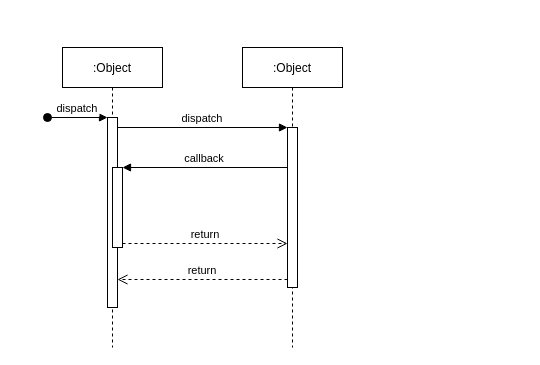
This is Untitled Diagram.drawio from jonhaul/uml-projects, a draw.io file, before an edit. Source tidied: cells renumbered, new cells numbered last; positions are measured from the earlier drawing's top-left corner, leaving out a move shared by most shapes. Both pictures are drawn from the tidied source at 100%, with x=0, y=0 at pixel (47, 47).
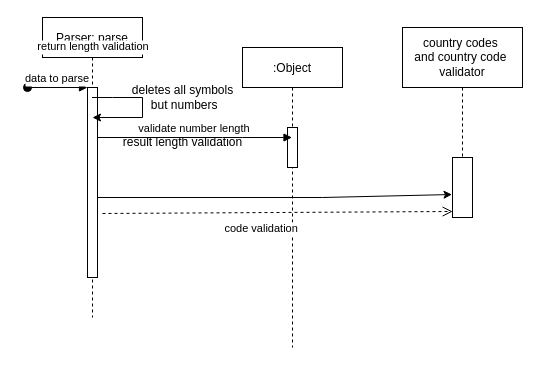
Above is the later version.

Commit message:
pulsar sequence

The change refers to these unchanged cells:
```xml
<mxCell id="3" style="points=[];perimeter=orthogonalPerimeter;rounded=0;shadow=0;strokeWidth=1;" parent="2" vertex="1">
  <mxGeometry x="45" y="70" width="10" height="190" as="geometry" />
</mxCell>
<mxCell id="6" value=":Object" style="shape=umlLifeline;perimeter=lifelinePerimeter;rounded=0;shadow=0;strokeWidth=1;" parent="1" vertex="1">
  <mxGeometry x="195" width="100" height="300" as="geometry" />
</mxCell>
```

Change to the diagram source:
```diff
@@
-    <mxCell id="2" value=":Object" style="shape=umlLifeline;perimeter=lifelinePerimeter;rounded=0;shadow=0;strokeWidth=1;" parent="1" vertex="1">
-      <mxGeometry x="15" width="100" height="300" as="geometry" />
+    <mxCell id="2" value="Parser: parse" style="shape=umlLifeline;perimeter=lifelinePerimeter;rounded=0;shadow=0;strokeWidth=1;" parent="1" vertex="1">
+      <mxGeometry x="-5" y="-30" width="100" height="300" as="geometry" />
     </mxCell>
@@
-    <mxCell id="4" value="dispatch" style="verticalAlign=bottom;startArrow=oval;endArrow=block;startSize=8;shadow=0;strokeWidth=1;" parent="2" edge="1" target="3">
+    <mxCell id="4" value="data to parse" style="verticalAlign=bottom;startArrow=oval;endArrow=block;startSize=8;shadow=0;strokeWidth=1;" parent="2" edge="1" target="3">
       <mxGeometry relative="1" as="geometry">
         <mxPoint x="-15" y="70" as="sourcePoint" />
       </mxGeometry>
     </mxCell>
-    <mxCell id="5" style="points=[];perimeter=orthogonalPerimeter;rounded=0;shadow=0;strokeWidth=1;" parent="2" vertex="1">
-      <mxGeometry x="50" y="120" width="10" height="80" as="geometry" />
-    </mxCell>
+    <mxCell id="12" style="endArrow=classic;html=1;rounded=0;entryX=-0.025;entryY=0.617;entryDx=0;entryDy=0;entryPerimeter=0;" parent="2" edge="1" target="17">
+      <mxGeometry relative="1" as="geometry">
+        <mxPoint x="55" y="180" as="sourcePoint" />
+        <Array as="points">
+          <mxPoint x="280" y="180" />
+        </Array>
+      </mxGeometry>
+    </mxCell>
+    <mxCell id="13" style="endArrow=classic;html=1;rounded=0;entryX=0.5;entryY=0.158;entryDx=0;entryDy=0;entryPerimeter=0;" parent="2" edge="1" source="2" target="3">
+      <mxGeometry relative="1" as="geometry">
+        <Array as="points">
+          <mxPoint x="70" y="80" />
+          <mxPoint x="100" y="80" />
+          <mxPoint x="100" y="100" />
+        </Array>
+      </mxGeometry>
+    </mxCell>
+    <mxCell id="8" value=" return length validation" style="verticalAlign=bottom;endArrow=open;dashed=1;endSize=8;shadow=0;strokeWidth=1;startArrow=none;" parent="2" edge="1" source="2" target="3">
+      <mxGeometry x="0.32" y="32" relative="1" as="geometry" />
+    </mxCell>
@@
     <mxCell id="7" style="points=[];perimeter=orthogonalPerimeter;rounded=0;shadow=0;strokeWidth=1;" parent="6" vertex="1">
-      <mxGeometry x="45" y="80" width="10" height="160" as="geometry" />
+      <mxGeometry x="45" y="80" width="10" height="40" as="geometry" />
     </mxCell>
-    <mxCell id="8" value="return" style="verticalAlign=bottom;endArrow=open;dashed=1;endSize=8;exitX=0;exitY=0.95;shadow=0;strokeWidth=1;" parent="1" edge="1" source="7" target="3">
-      <mxGeometry relative="1" as="geometry" />
-    </mxCell>
-    <mxCell id="9" value="dispatch" style="verticalAlign=bottom;endArrow=block;entryX=0;entryY=0;shadow=0;strokeWidth=1;" parent="1" edge="1" source="3" target="7">
-      <mxGeometry relative="1" as="geometry" />
+    <mxCell id="9" value="validate number length" style="verticalAlign=bottom;endArrow=block;shadow=0;strokeWidth=1;" parent="1" edge="1" source="3" target="6">
+      <mxGeometry relative="1" as="geometry">
+        <Array as="points">
+          <mxPoint x="185" y="90" />
+        </Array>
+      </mxGeometry>
     </mxCell>
-    <mxCell id="10" value="callback" style="verticalAlign=bottom;endArrow=block;entryX=1;entryY=0;shadow=0;strokeWidth=1;" parent="1" edge="1" source="7" target="5">
-      <mxGeometry relative="1" as="geometry" />
-    </mxCell>
-    <mxCell id="11" value="return" style="verticalAlign=bottom;endArrow=open;dashed=1;endSize=8;exitX=1;exitY=0.95;shadow=0;strokeWidth=1;" parent="1" edge="1" source="5" target="7">
-      <mxGeometry relative="1" as="geometry" />
+    <mxCell id="11" value="code validation" style="verticalAlign=bottom;endArrow=open;dashed=1;endSize=8;exitX=1;exitY=0.95;shadow=0;strokeWidth=1;entryX=0.008;entryY=0.9;entryDx=0;entryDy=0;entryPerimeter=0;" parent="1" edge="1" target="17">
+      <mxGeometry x="-0.09" y="-25" relative="1" as="geometry">
+        <mxPoint x="55" y="166" as="sourcePoint" />
+      </mxGeometry>
     </mxCell>
+    <mxCell id="14" value="deletes all symbols&lt;br&gt;&amp;nbsp;but numbers" style="text;html=1;align=center;verticalAlign=middle;fillColor=none;strokeColor=none;rounded=0;" parent="1" vertex="1">
+      <mxGeometry x="75" y="30" width="120" height="40" as="geometry" />
+    </mxCell>
+    <mxCell id="15" value="country codes&amp;nbsp;&lt;br&gt;and country code&amp;nbsp;&lt;br&gt;validator" style="rounded=0;whiteSpace=wrap;html=1;" parent="1" vertex="1">
+      <mxGeometry x="355" y="-20" width="120" height="60" as="geometry" />
+    </mxCell>
+    <mxCell id="16" style="endArrow=none;dashed=1;html=1;rounded=0;" parent="1" edge="1" source="15" target="17">
+      <mxGeometry relative="1" as="geometry" />
+    </mxCell>
+    <mxCell id="17" style="rounded=0;whiteSpace=wrap;html=1;" parent="1" vertex="1">
+      <mxGeometry x="405" y="110" width="20" height="60" as="geometry" />
+    </mxCell>
+    <mxCell id="18" value="result length validation" style="text;html=1;align=center;verticalAlign=middle;strokeColor=none;fillColor=none;" parent="1" vertex="1">
+      <mxGeometry x="65" y="80" width="140" height="30" as="geometry" />
+    </mxCell>
```
